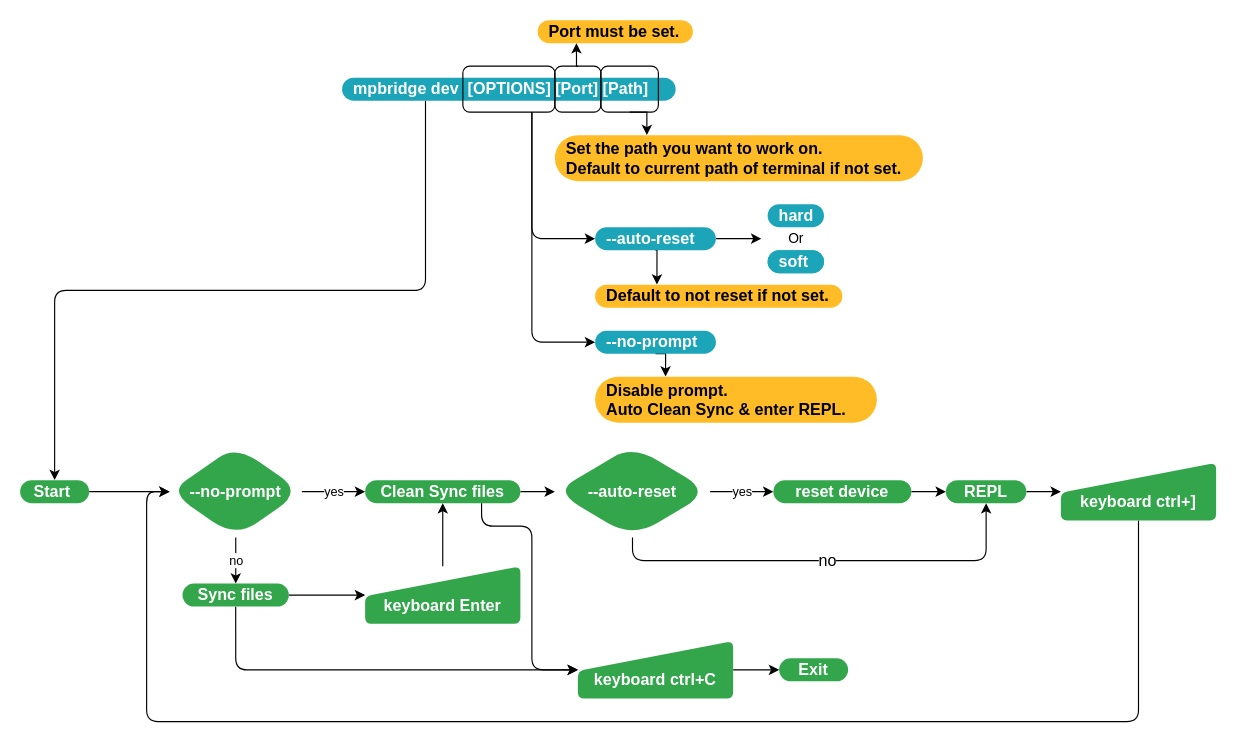
The draw.io diagram page "Page-1" (1 of 2) of mpbridge.drawio in Wind-stormger/mpbridge-drawio, before the edit. Source tidied: cells renumbered, new cells numbered last; positions are measured from the earlier drawing's top-left corner, leaving out a move shared by most shapes. Both pictures are drawn from the tidied source at 115%, with x=0, y=0 at pixel (20, 20).
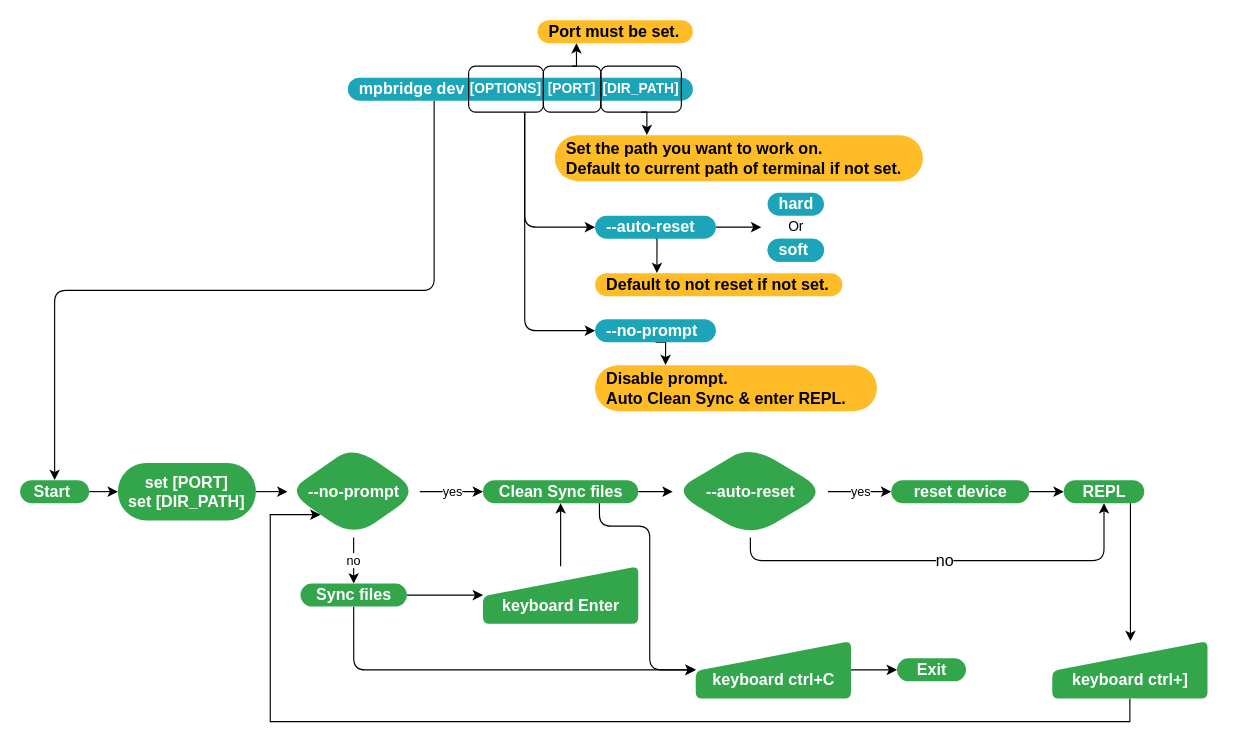
The same page after the edit.

The change refers to these unchanged cells:
```xml
<mxCell id="27" value="Start&amp;nbsp;" style="rounded=1;whiteSpace=wrap;html=1;arcSize=50;strokeColor=none;strokeWidth=1;fillColor=#33A64C;fontColor=#FFFFFF;whiteSpace=wrap;align=center;verticalAlign=middle;spacingLeft=0;fontStyle=1;fontSize=14;spacing=10;fillStyle=auto;" parent="1" vertex="1">
  <mxGeometry y="400" width="60" height="20" as="geometry" />
</mxCell>
```

The edit, as a diff of the source:
```diff
@@
-    <mxCell id="3" value="mpbridge dev&amp;nbsp; [OPTIONS]&amp;nbsp;[Port] [Path]" style="rounded=1;whiteSpace=wrap;html=1;arcSize=50;strokeColor=none;strokeWidth=1;fillColor=#1CA5B8;fontColor=#ffffff;whiteSpace=wrap;align=left;verticalAlign=middle;spacingLeft=0;fontStyle=1;fontSize=14;spacing=10;" parent="1" vertex="1">
-      <mxGeometry x="280" y="50" width="290" height="20" as="geometry" />
+    <mxCell id="3" value="mpbridge dev&amp;nbsp;&amp;nbsp;" style="rounded=1;whiteSpace=wrap;html=1;arcSize=50;strokeColor=none;strokeWidth=1;fillColor=#1CA5B8;fontColor=#ffffff;whiteSpace=wrap;align=left;verticalAlign=middle;spacingLeft=0;fontStyle=1;fontSize=14;spacing=10;" parent="1" vertex="1">
+      <mxGeometry x="285" y="50" width="300" height="20" as="geometry" />
     </mxCell>
@@
-    <mxCell id="7" style="rounded=1;whiteSpace=wrap;html=1;fillStyle=auto;fillColor=none;" parent="1" vertex="1">
-      <mxGeometry x="465" y="40" width="40" height="40" as="geometry" />
+    <mxCell id="7" value="&lt;b&gt;&lt;font color=&quot;#ffffff&quot;&gt;[PORT]&lt;/font&gt;&lt;/b&gt;" style="rounded=1;whiteSpace=wrap;html=1;fillStyle=auto;fillColor=none;" parent="1" vertex="1">
+      <mxGeometry x="455" y="40" width="50" height="40" as="geometry" />
     </mxCell>
@@
-    <mxCell id="9" style="rounded=1;whiteSpace=wrap;html=1;fillStyle=auto;fillColor=none;" parent="1" vertex="1">
-      <mxGeometry x="505" y="40" width="50" height="40" as="geometry" />
+    <mxCell id="9" value="&lt;b&gt;&lt;font color=&quot;#ffffff&quot;&gt;[DIR_PATH]&lt;/font&gt;&lt;/b&gt;" style="rounded=1;whiteSpace=wrap;html=1;fillStyle=auto;fillColor=none;" parent="1" vertex="1">
+      <mxGeometry x="505" y="40" width="70" height="40" as="geometry" />
     </mxCell>
     <mxCell id="10" style="edgeStyle=orthogonalEdgeStyle;rounded=1;jettySize=auto;html=1;exitX=0.75;exitY=1;exitDx=0;exitDy=0;entryX=0;entryY=0.5;entryDx=0;entryDy=0;startArrow=none;" parent="1" edge="1" source="12" target="15">
       <mxGeometry relative="1" as="geometry">
         <Array as="points">
-          <mxPoint x="445" y="190" />
+          <mxPoint x="439" y="180" />
         </Array>
       </mxGeometry>
     </mxCell>
@@
-    <mxCell id="12" style="rounded=1;whiteSpace=wrap;html=1;fillStyle=auto;fillColor=none;" parent="1" vertex="1">
-      <mxGeometry x="385" y="40" width="80" height="40" as="geometry" />
+    <mxCell id="12" value="&lt;font color=&quot;#ffffff&quot;&gt;&lt;b&gt;[OPTIONS]&lt;/b&gt;&lt;/font&gt;" style="rounded=1;whiteSpace=wrap;html=1;fillStyle=auto;fillColor=none;" parent="1" vertex="1">
+      <mxGeometry x="390" y="40" width="65" height="40" as="geometry" />
     </mxCell>
@@
     <mxCell id="15" value="--auto-reset" style="rounded=1;whiteSpace=wrap;html=1;fontSize=14;align=left;fillColor=#1CA5B8;strokeColor=none;fontColor=#ffffff;arcSize=50;strokeWidth=1;spacingLeft=0;fontStyle=1;spacing=10;" parent="1" vertex="1">
-      <mxGeometry x="500" y="180" width="105" height="20" as="geometry" />
+      <mxGeometry x="500" y="170" width="105" height="20" as="geometry" />
     </mxCell>
     <mxCell id="16" style="group;" parent="1" vertex="1">
-      <mxGeometry x="650" y="160" width="54.5" height="60" as="geometry" />
+      <mxGeometry x="650" y="150" width="54.5" height="60" as="geometry" />
     </mxCell>
@@
     <mxCell id="22" value="Default to not reset if not set." style="rounded=1;whiteSpace=wrap;html=1;arcSize=50;strokeColor=none;strokeWidth=1;fillColor=#FFBC26;fontColor=#000000;whiteSpace=wrap;align=left;verticalAlign=middle;spacingLeft=0;fontStyle=1;fontSize=14;spacing=10;" parent="1" vertex="1">
-      <mxGeometry x="500" y="230" width="215" height="20" as="geometry" />
+      <mxGeometry x="500" y="220" width="215" height="20" as="geometry" />
     </mxCell>
@@
     <mxCell id="24" value="--no-prompt" style="rounded=1;whiteSpace=wrap;html=1;fontSize=14;align=left;fillColor=#1CA5B8;strokeColor=none;fontColor=#ffffff;arcSize=50;strokeWidth=1;spacingLeft=0;fontStyle=1;spacing=10;" parent="1" vertex="1">
-      <mxGeometry x="500" y="270" width="105" height="20" as="geometry" />
+      <mxGeometry x="500" y="260" width="105" height="20" as="geometry" />
     </mxCell>
     <mxCell id="25" value="Disable prompt.&lt;br&gt;Auto&amp;nbsp;Clean Sync &amp;amp; enter&amp;nbsp;REPL." style="rounded=1;whiteSpace=wrap;html=1;arcSize=50;strokeColor=none;strokeWidth=1;fillColor=#FFBC26;fontColor=#000000;whiteSpace=wrap;align=left;verticalAlign=middle;spacingLeft=0;fontStyle=1;fontSize=14;spacing=10;" parent="1" vertex="1">
-      <mxGeometry x="500" y="310" width="245" height="40" as="geometry" />
+      <mxGeometry x="500" y="300" width="245" height="40" as="geometry" />
     </mxCell>
-    <mxCell id="26" style="edgeStyle=orthogonalEdgeStyle;rounded=1;jettySize=auto;html=1;" parent="1" edge="1" source="27" target="30">
-      <mxGeometry relative="1" as="geometry" />
-    </mxCell>
+    <mxCell id="51" style="edgeStyle=orthogonalEdgeStyle;rounded=0;jettySize=auto;html=1;exitX=1;exitY=0.5;exitDx=0;exitDy=0;entryX=0;entryY=0.5;entryDx=0;entryDy=0;fontColor=#FFFFFF;" parent="1" edge="1" source="27" target="53">
+      <mxGeometry relative="1" as="geometry" />
+    </mxCell>
@@
     <mxCell id="30" value="--no-prompt" style="rhombus;whiteSpace=wrap;html=1;fontSize=14;fillColor=#33A64C;strokeColor=none;fontColor=#FFFFFF;rounded=1;arcSize=50;strokeWidth=1;spacingLeft=0;fontStyle=1;spacing=10;fillStyle=auto;" parent="1" vertex="1">
-      <mxGeometry x="130" y="370" width="115" height="80" as="geometry" />
+      <mxGeometry x="232.5" y="370" width="115" height="80" as="geometry" />
     </mxCell>
@@
     <mxCell id="32" style="edgeStyle=orthogonalEdgeStyle;rounded=1;jettySize=auto;html=1;exitX=0.75;exitY=1;exitDx=0;exitDy=0;entryX=0;entryY=0.5;entryDx=0;entryDy=0;labelBorderColor=none;fontSize=14;fontColor=#000000;" parent="1" edge="1" source="33" target="49">
       <mxGeometry relative="1" as="geometry">
         <Array as="points">
-          <mxPoint x="401" y="440" />
-          <mxPoint x="445" y="440" />
-          <mxPoint x="445" y="565" />
+          <mxPoint x="503.5" y="440" />
+          <mxPoint x="547.5" y="440" />
+          <mxPoint x="547.5" y="565" />
         </Array>
       </mxGeometry>
     </mxCell>
     <mxCell id="33" value="Clean Sync files" style="whiteSpace=wrap;html=1;fontSize=14;fillColor=#33A64C;strokeColor=none;fontColor=#FFFFFF;rounded=1;arcSize=50;strokeWidth=1;spacingLeft=0;fontStyle=1;spacing=10;fillStyle=auto;" parent="1" vertex="1">
-      <mxGeometry x="300" y="400" width="135" height="20" as="geometry" />
+      <mxGeometry x="402.5" y="400" width="135" height="20" as="geometry" />
     </mxCell>
@@
     <mxCell id="36" value="--auto-reset" style="rhombus;whiteSpace=wrap;html=1;fontSize=14;fillColor=#33A64C;strokeColor=none;fontColor=#FFFFFF;rounded=1;arcSize=50;strokeWidth=1;spacingLeft=0;fontStyle=1;spacing=10;fillStyle=auto;" parent="1" vertex="1">
-      <mxGeometry x="465" y="370" width="135" height="80" as="geometry" />
+      <mxGeometry x="567.5" y="370" width="135" height="80" as="geometry" />
     </mxCell>
@@
     <mxCell id="38" value="reset device" style="whiteSpace=wrap;html=1;fontSize=14;fillColor=#33A64C;strokeColor=none;fontColor=#FFFFFF;rounded=1;arcSize=50;strokeWidth=1;spacingLeft=0;fontStyle=1;spacing=10;fillStyle=auto;" parent="1" vertex="1">
-      <mxGeometry x="655" y="400" width="120" height="20" as="geometry" />
+      <mxGeometry x="757.5" y="400" width="120" height="20" as="geometry" />
     </mxCell>
@@
     <mxCell id="41" value="Sync files" style="rounded=1;whiteSpace=wrap;html=1;arcSize=50;strokeColor=none;strokeWidth=1;fillColor=#33A64C;fontColor=#FFFFFF;whiteSpace=wrap;align=center;verticalAlign=middle;spacingLeft=0;fontStyle=1;fontSize=14;spacing=10;fillStyle=auto;" parent="1" vertex="1">
-      <mxGeometry x="141.2" y="490" width="92.5" height="20" as="geometry" />
+      <mxGeometry x="243.8" y="490" width="92.5" height="20" as="geometry" />
     </mxCell>
@@
     <mxCell id="43" value="&lt;font color=&quot;#ffffff&quot; style=&quot;font-size: 14px;&quot;&gt;&lt;b&gt;&amp;nbsp; &amp;nbsp; &amp;nbsp; &lt;br&gt;keyboard Enter&lt;/b&gt;&lt;/font&gt;" style="html=1;strokeWidth=2;shape=manualInput;whiteSpace=wrap;rounded=1;size=26;arcSize=11;fillStyle=auto;strokeColor=none;fillColor=#33a64c;" parent="1" vertex="1">
-      <mxGeometry x="300" y="475" width="135" height="50" as="geometry" />
+      <mxGeometry x="402.5" y="475" width="135" height="50" as="geometry" />
     </mxCell>
     <mxCell id="44" style="edgeStyle=orthogonalEdgeStyle;rounded=1;jettySize=auto;html=1;labelBorderColor=none;fontSize=14;fontColor=#FFFFFF;" parent="1" edge="1" source="45" target="47">
-      <mxGeometry relative="1" as="geometry" />
+      <mxGeometry relative="1" as="geometry">
+        <Array as="points">
+          <mxPoint x="965.5" y="450" />
+          <mxPoint x="965.5" y="450" />
+        </Array>
+      </mxGeometry>
     </mxCell>
     <mxCell id="45" value="REPL" style="whiteSpace=wrap;html=1;fontSize=14;fillColor=#33A64C;strokeColor=none;fontColor=#FFFFFF;rounded=1;arcSize=50;strokeWidth=1;spacingLeft=0;fontStyle=1;spacing=10;fillStyle=auto;" parent="1" vertex="1">
-      <mxGeometry x="805" y="400" width="70" height="20" as="geometry" />
+      <mxGeometry x="907.5" y="400" width="70" height="20" as="geometry" />
     </mxCell>
-    <mxCell id="46" style="edgeStyle=orthogonalEdgeStyle;rounded=1;jettySize=auto;html=1;exitX=0.5;exitY=1;exitDx=0;exitDy=0;entryX=0;entryY=0.5;entryDx=0;entryDy=0;labelBorderColor=none;fontSize=14;fontColor=#000000;" parent="1" edge="1" source="47" target="30">
+    <mxCell id="46" style="edgeStyle=orthogonalEdgeStyle;rounded=0;jettySize=auto;html=1;exitX=0.5;exitY=1;exitDx=0;exitDy=0;entryX=0;entryY=1;entryDx=0;entryDy=0;fontColor=#FFFFFF;" parent="1" edge="1" source="47" target="30">
       <mxGeometry relative="1" as="geometry">
         <Array as="points">
-          <mxPoint x="973" y="610" />
-          <mxPoint x="110" y="610" />
-          <mxPoint x="110" y="410" />
+          <mxPoint x="965.5" y="610" />
+          <mxPoint x="217.5" y="610" />
+          <mxPoint x="217.5" y="430" />
         </Array>
       </mxGeometry>
     </mxCell>
     <mxCell id="47" value="&lt;font color=&quot;#ffffff&quot; style=&quot;font-size: 14px;&quot;&gt;&lt;b&gt;&amp;nbsp; &amp;nbsp; &amp;nbsp; &lt;br&gt;keyboard ctrl+]&lt;/b&gt;&lt;/font&gt;" style="html=1;strokeWidth=2;shape=manualInput;whiteSpace=wrap;rounded=1;size=26;arcSize=11;fillStyle=auto;strokeColor=none;fillColor=#33a64c;" parent="1" vertex="1">
-      <mxGeometry x="905" y="385" width="135" height="50" as="geometry" />
+      <mxGeometry x="897.5" y="540" width="135" height="50" as="geometry" />
     </mxCell>
@@
     <mxCell id="49" value="&lt;font color=&quot;#ffffff&quot; style=&quot;font-size: 14px;&quot;&gt;&lt;b&gt;&amp;nbsp; &amp;nbsp; &amp;nbsp; &lt;br&gt;keyboard ctrl+C&lt;/b&gt;&lt;/font&gt;" style="html=1;strokeWidth=2;shape=manualInput;whiteSpace=wrap;rounded=1;size=26;arcSize=11;fillStyle=auto;strokeColor=none;fillColor=#33a64c;" parent="1" vertex="1">
-      <mxGeometry x="485" y="540" width="135" height="50" as="geometry" />
+      <mxGeometry x="587.5" y="540" width="135" height="50" as="geometry" />
     </mxCell>
     <mxCell id="50" value="Exit" style="rounded=1;whiteSpace=wrap;html=1;arcSize=50;strokeColor=none;strokeWidth=1;fillColor=#33A64C;fontColor=#FFFFFF;whiteSpace=wrap;align=center;verticalAlign=middle;spacingLeft=0;fontStyle=1;fontSize=14;spacing=10;fillStyle=auto;" parent="1" vertex="1">
-      <mxGeometry x="660" y="555" width="60" height="20" as="geometry" />
+      <mxGeometry x="762.5" y="555" width="60" height="20" as="geometry" />
     </mxCell>
+    <mxCell id="52" style="edgeStyle=orthogonalEdgeStyle;rounded=0;jettySize=auto;html=1;exitX=1;exitY=0.5;exitDx=0;exitDy=0;entryX=0;entryY=0.5;entryDx=0;entryDy=0;fontColor=#FFFFFF;" parent="1" edge="1" source="53" target="30">
+      <mxGeometry relative="1" as="geometry" />
+    </mxCell>
+    <mxCell id="53" value="set [PORT]&lt;br&gt;set&amp;nbsp;[DIR_PATH]" style="whiteSpace=wrap;html=1;fontSize=14;fillColor=#33A64C;strokeColor=none;fontColor=#FFFFFF;rounded=1;arcSize=50;strokeWidth=1;spacingLeft=0;fontStyle=1;spacing=10;fillStyle=auto;" parent="1" vertex="1">
+      <mxGeometry x="85" y="385" width="120" height="50" as="geometry" />
+    </mxCell>
```
